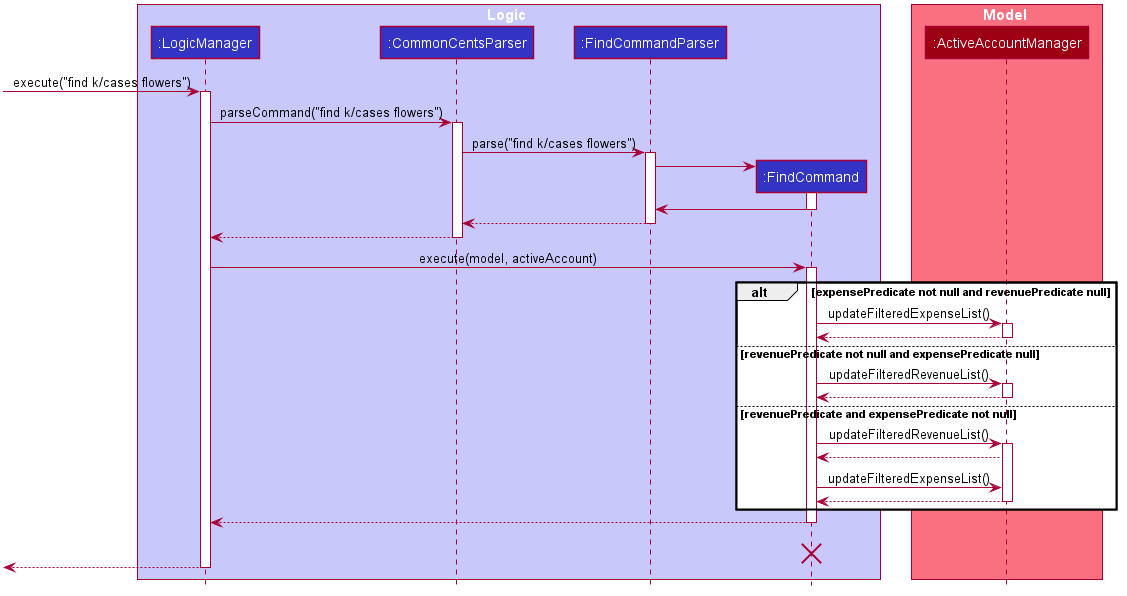
Earlier version of the PlantUML export docs/images/FindSequenceDiagram.png (nus-cs2103-AY2021S1/tp).
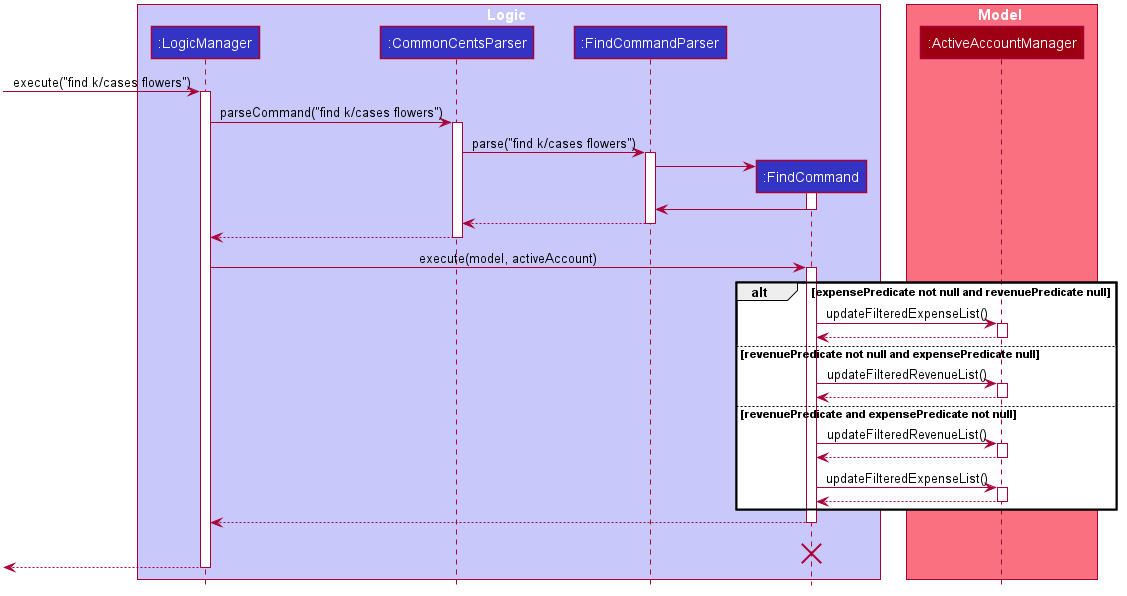
Later version of the same file.

Commit message:
Update sequence diagram

Diff of the diagram source:
```diff
@@ -99,12 +99,16 @@
 deactivate ActiveAccount
 
 else revenuePredicate and expensePredicate not null
+
 FindCommand -> ActiveAccount: updateFilteredRevenueList()
 activate ActiveAccount
 ActiveAccount --> FindCommand
+deactivate ActiveAccount
 
 FindCommand -> ActiveAccount: updateFilteredExpenseList()
+activate ActiveAccount
 ActiveAccount --> FindCommand
+deactivate ActiveAccount
 
 deactivate ActiveAccount
 end
```
